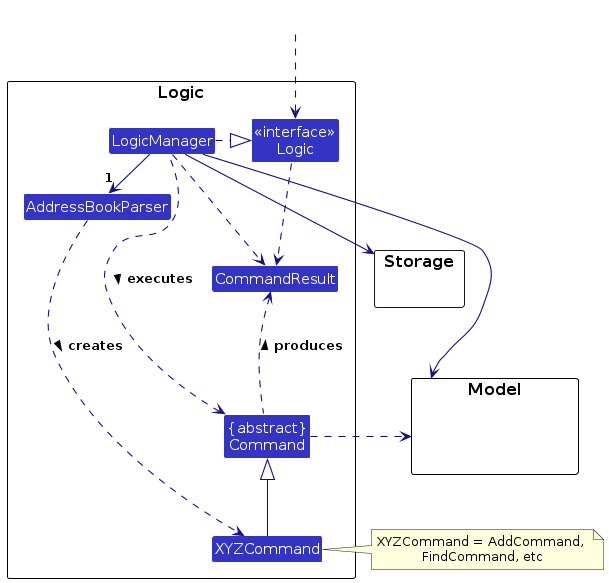
Earlier version of the PlantUML export diagrams/LogicClassDiagram.png (AprupKale/tp). Its source is kept beside it as diagrams/LogicClassDiagram.puml.
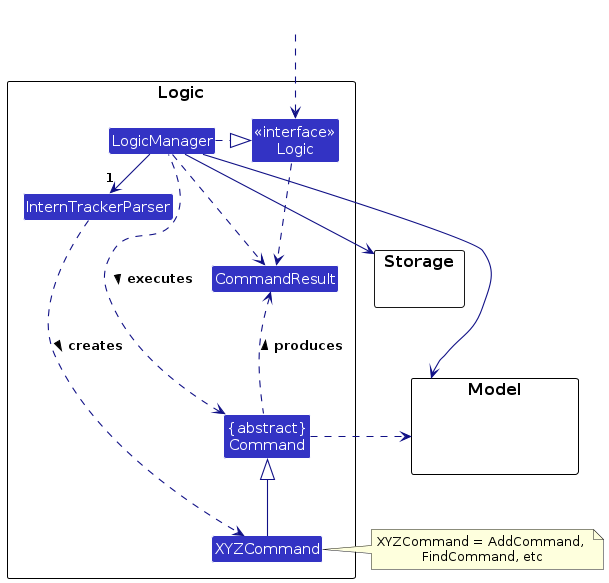
After the commit.

The edit, as a diff of the source:
```diff
@@ -6,7 +6,7 @@
 
 package Logic as LogicPackage {
 
-Class AddressBookParser
+Class InternTrackerParser
 Class XYZCommand
 Class CommandResult
 Class "{abstract}\nCommand" as Command
@@ -27,8 +27,8 @@
 HiddenOutside ..> Logic
 
 LogicManager .right.|> Logic
-LogicManager -right->"1" AddressBookParser
-AddressBookParser ..> XYZCommand : creates >
+LogicManager -right->"1" InternTrackerParser
+InternTrackerParser ..> XYZCommand : creates >
 
 XYZCommand -up-|> Command
 LogicManager .left.> Command : executes >
```
